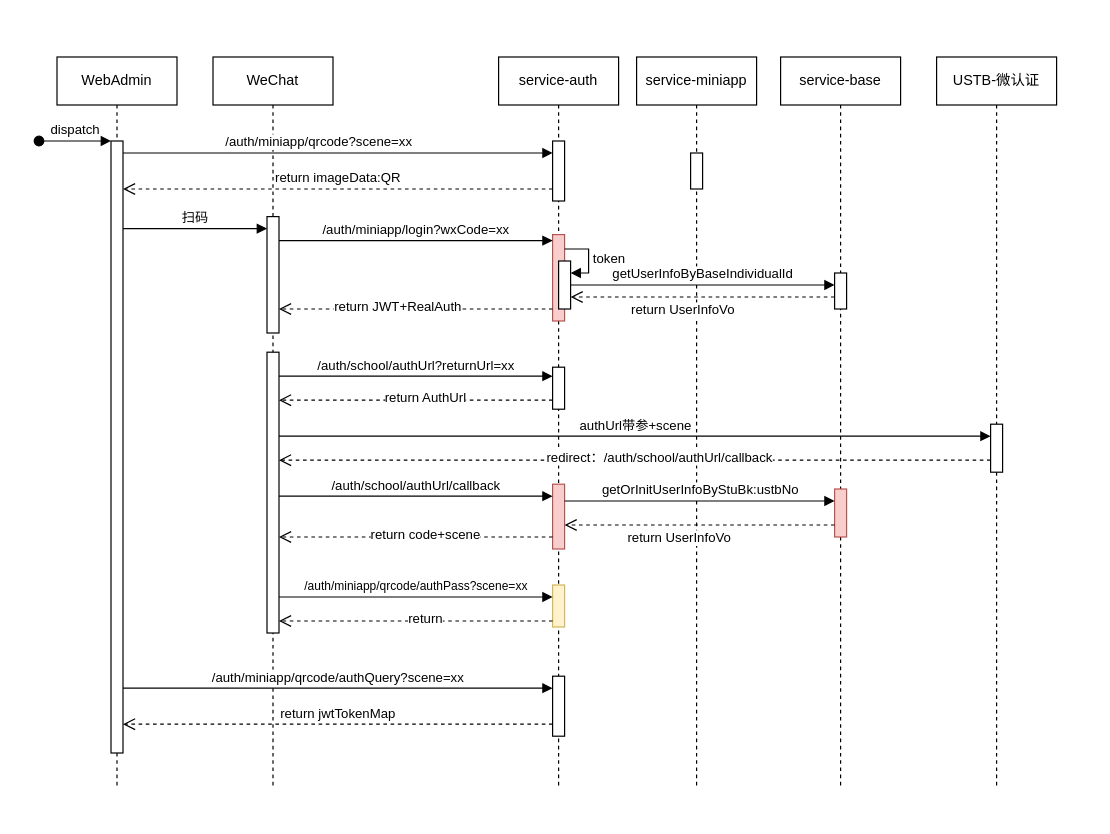
miniants/mini-boot keeps this draw.io diagram as doc/具体业务场景下的多方oauth认证流程.drawio. Above is the earlier version. Source tidied: cells renumbered, new cells numbered last; positions are measured from the earlier drawing's top-left corner, leaving out a move shared by most shapes. Both pictures are drawn from the tidied source at 120%, with x=0, y=0 at pixel (38, 56).
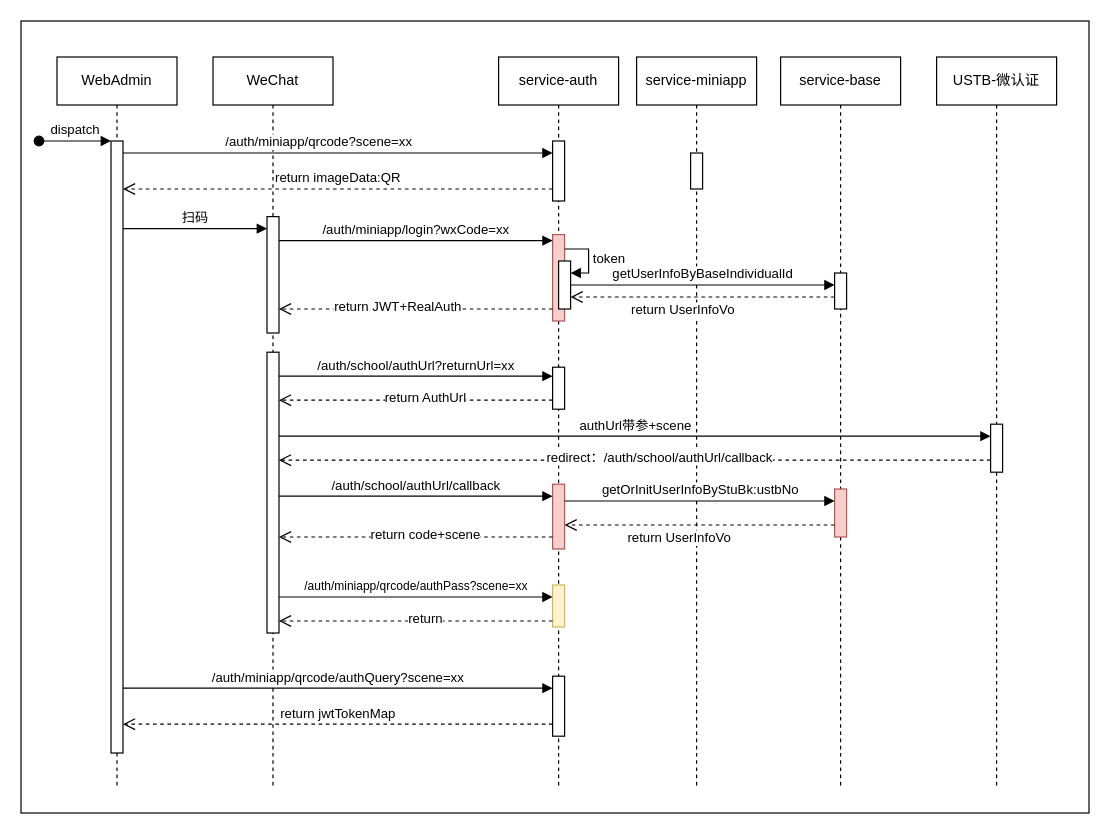
The same page after the edit.

Change to the diagram source:
```diff
@@
+    <mxCell id="43" style="rounded=0;whiteSpace=wrap;html=1;fillColor=none;" parent="1" vertex="1">
+      <mxGeometry x="-15" y="-30" width="890" height="660" as="geometry" />
+    </mxCell>
```
